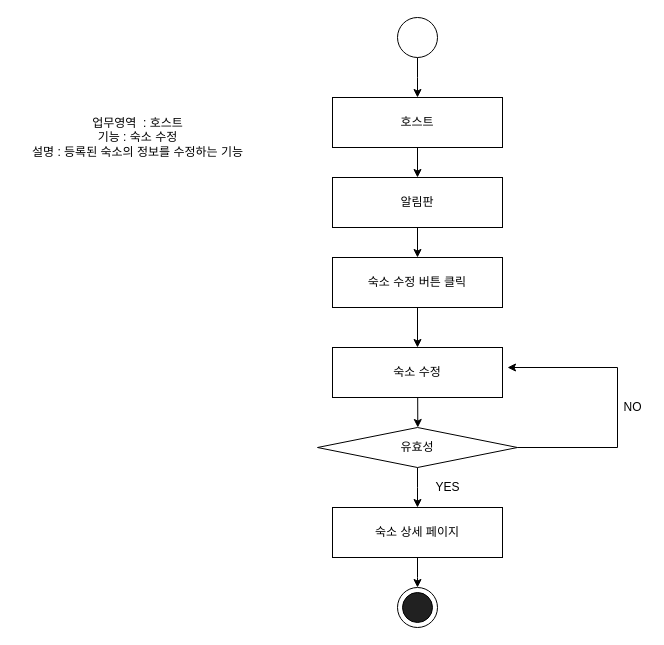
Above: 네비게이션 흐름도/숙소수정.drawio in snowskyblue/- (draw.io), before the change. Source tidied: cells renumbered, new cells numbered last; positions are measured from the earlier drawing's top-left corner, leaving out a move shared by most shapes. Both pictures are drawn from the tidied source at 100%, with x=0, y=0 at pixel (17, 17).
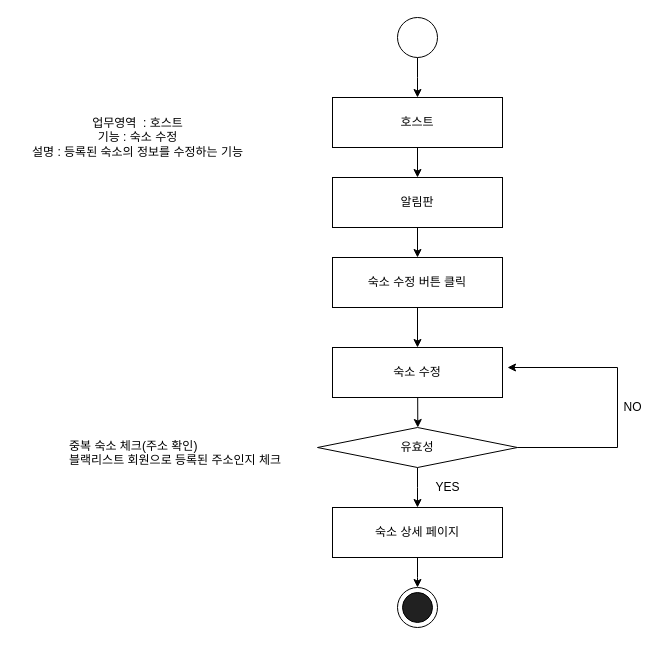
The same diagram, later.

The edit, as a diff of the source:
```diff
@@
+    <mxCell id="22" value="중복 숙소 체크(주소 확인)&lt;br&gt;블랙리스트 회원으로 등록된 주소인지 체크" style="text;html=1;" parent="1" vertex="1">
+      <mxGeometry x="50" y="415" width="390" height="30" as="geometry" />
+    </mxCell>
```
